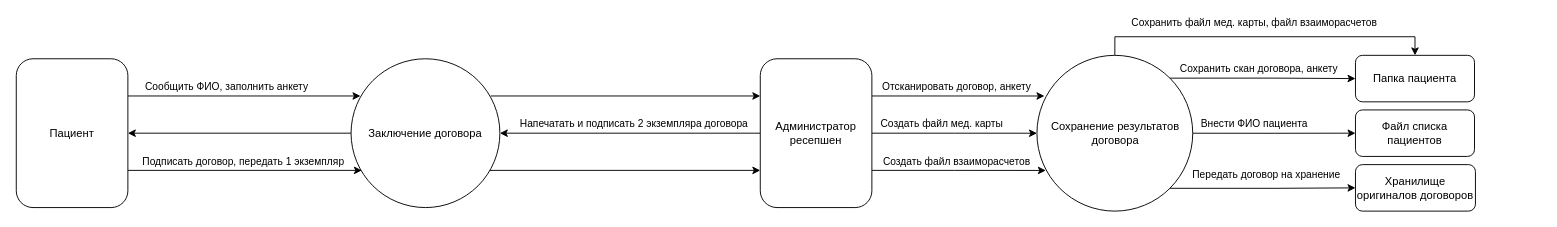
Before: Task1/patient_register.drawio in kelwar/architecture-medikamente, a draw.io diagram. Source tidied: cells renumbered, new cells numbered last; positions are measured from the earlier drawing's top-left corner, leaving out a move shared by most shapes. Both pictures are drawn from the tidied source at 93%, with x=0, y=0 at pixel (16, 55).
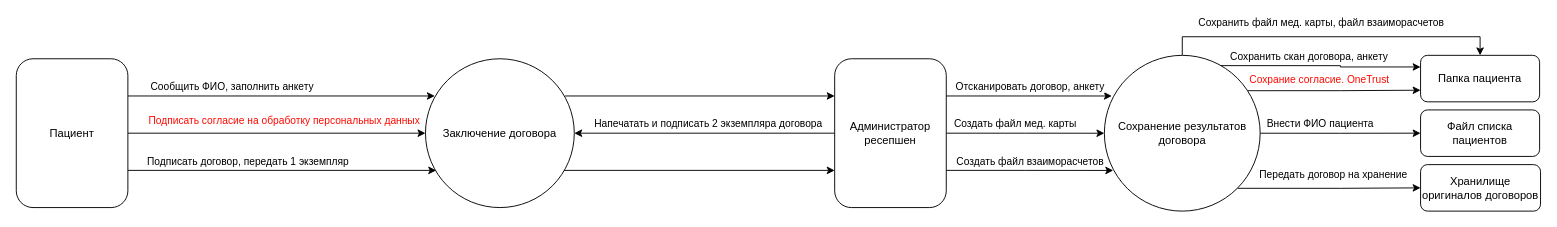
After the change.

The change refers to these unchanged cells:
```xml
<mxCell id="2" value="Пациент" style="rounded=1;whiteSpace=wrap;html=1;" parent="1" vertex="1">
  <mxGeometry y="3.7" width="120" height="160" as="geometry" />
</mxCell>
```

Diff of the diagram source:
```diff
@@
+    <mxCell id="32" style="edgeStyle=orthogonalEdgeStyle;rounded=0;jettySize=auto;html=1;exitX=1;exitY=0.5;exitDx=0;exitDy=0;entryX=0;entryY=0.5;entryDx=0;entryDy=0;" parent="1" edge="1" source="2" target="11">
+      <mxGeometry relative="1" as="geometry" />
+    </mxCell>
+    <mxCell id="33" value="Подписать согласие на обработку персональных данных" style="edgeLabel;html=1;align=center;verticalAlign=middle;fontColor=#FF0A02;" parent="32" vertex="1">
+      <mxGeometry x="-0.84" y="3" relative="1" as="geometry">
+        <mxPoint x="141" y="-11" as="offset" />
+      </mxGeometry>
+    </mxCell>
@@
     <mxCell id="7" value="Администратор ресепшен" style="rounded=1;whiteSpace=wrap;html=1;" parent="1" vertex="1">
-      <mxGeometry x="800" y="3.7" width="120" height="160" as="geometry" />
+      <mxGeometry x="880" y="3.7" width="120" height="160" as="geometry" />
     </mxCell>
@@
-    <mxCell id="9" style="edgeStyle=orthogonalEdgeStyle;rounded=0;jettySize=auto;html=1;exitX=0;exitY=0.5;exitDx=0;exitDy=0;entryX=1;entryY=0.5;entryDx=0;entryDy=0;" parent="1" edge="1" source="11" target="2">
-      <mxGeometry relative="1" as="geometry" />
-    </mxCell>
@@
     <mxCell id="11" value="Заключение договора" style="ellipse;whiteSpace=wrap;html=1;" parent="1" vertex="1">
-      <mxGeometry x="360" y="3.7" width="160" height="160" as="geometry" />
+      <mxGeometry x="440" y="3.7" width="160" height="160" as="geometry" />
     </mxCell>
@@
-    <mxCell id="16" style="edgeStyle=orthogonalEdgeStyle;rounded=0;jettySize=auto;html=1;exitX=1;exitY=0;exitDx=0;exitDy=0;" parent="1" edge="1" source="24" target="26">
+    <mxCell id="16" style="edgeStyle=orthogonalEdgeStyle;rounded=0;jettySize=auto;html=1;exitX=0.725;exitY=0.066;exitDx=0;exitDy=0;entryX=0;entryY=0.25;entryDx=0;entryDy=0;exitPerimeter=0;" parent="1" edge="1" source="24" target="26">
       <mxGeometry relative="1" as="geometry" />
     </mxCell>
@@
+    <mxCell id="34" style="edgeStyle=orthogonalEdgeStyle;rounded=0;jettySize=auto;html=1;exitX=0.922;exitY=0.227;exitDx=0;exitDy=0;entryX=0;entryY=0.75;entryDx=0;entryDy=0;exitPerimeter=0;" parent="1" edge="1" source="24" target="26">
+      <mxGeometry relative="1" as="geometry" />
+    </mxCell>
+    <mxCell id="35" value="Сохрание согласие. OneTrust" style="edgeLabel;html=1;align=center;verticalAlign=middle;fontColor=#FF0A02;" parent="34" vertex="1">
+      <mxGeometry x="-0.7" y="1" relative="1" as="geometry">
+        <mxPoint x="48" y="-12" as="offset" />
+      </mxGeometry>
+    </mxCell>
     <mxCell id="24" value="Сохранение результатов договора" style="ellipse;whiteSpace=wrap;html=1;" parent="1" vertex="1">
-      <mxGeometry x="1097.5" width="167.5" height="167.5" as="geometry" />
+      <mxGeometry x="1170" width="167.5" height="167.5" as="geometry" />
     </mxCell>
     <mxCell id="25" value="Хранилище оригиналов договоров" style="rounded=1;whiteSpace=wrap;html=1;" parent="1" vertex="1">
-      <mxGeometry x="1440" y="117.5" width="129" height="50" as="geometry" />
+      <mxGeometry x="1510" y="117.5" width="129" height="50" as="geometry" />
     </mxCell>
     <mxCell id="26" value="Папка пациента" style="rounded=1;whiteSpace=wrap;html=1;" parent="1" vertex="1">
-      <mxGeometry x="1440" width="128" height="50" as="geometry" />
+      <mxGeometry x="1510" width="128" height="50" as="geometry" />
     </mxCell>
     <mxCell id="27" value="Файл списка пациентов" style="rounded=1;whiteSpace=wrap;html=1;" parent="1" vertex="1">
-      <mxGeometry x="1440" y="58.7" width="128" height="50" as="geometry" />
+      <mxGeometry x="1510" y="58.7" width="128" height="50" as="geometry" />
     </mxCell>
```
